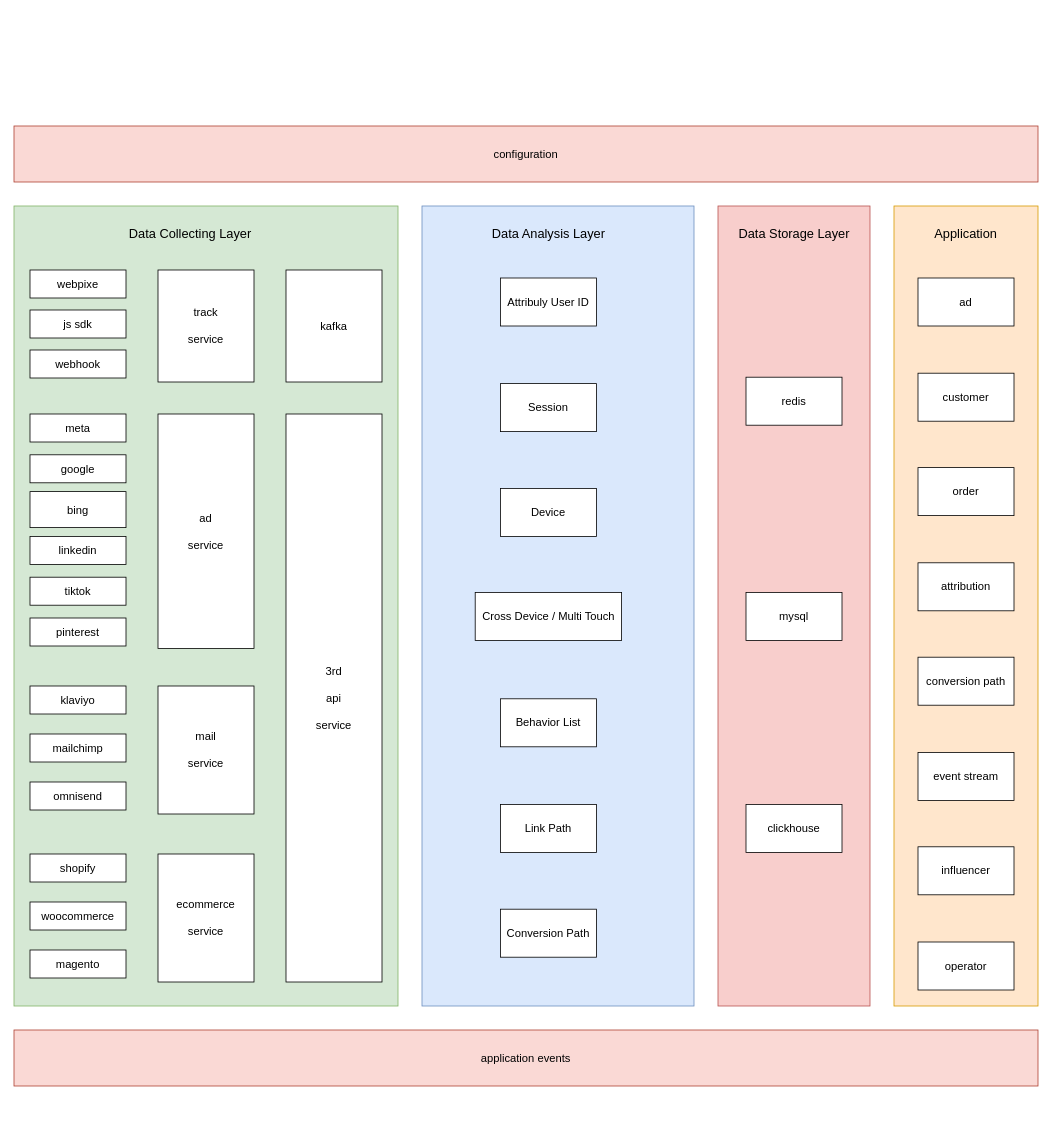
Before: sc.drawio in zhangdongfarmer/AI-Series, a draw.io diagram. Source tidied: cells renumbered, new cells numbered last; positions are measured from the earlier drawing's top-left corner, leaving out a move shared by most shapes. Both pictures are drawn from the tidied source at 80%, with x=0, y=0 at pixel (14, 126).
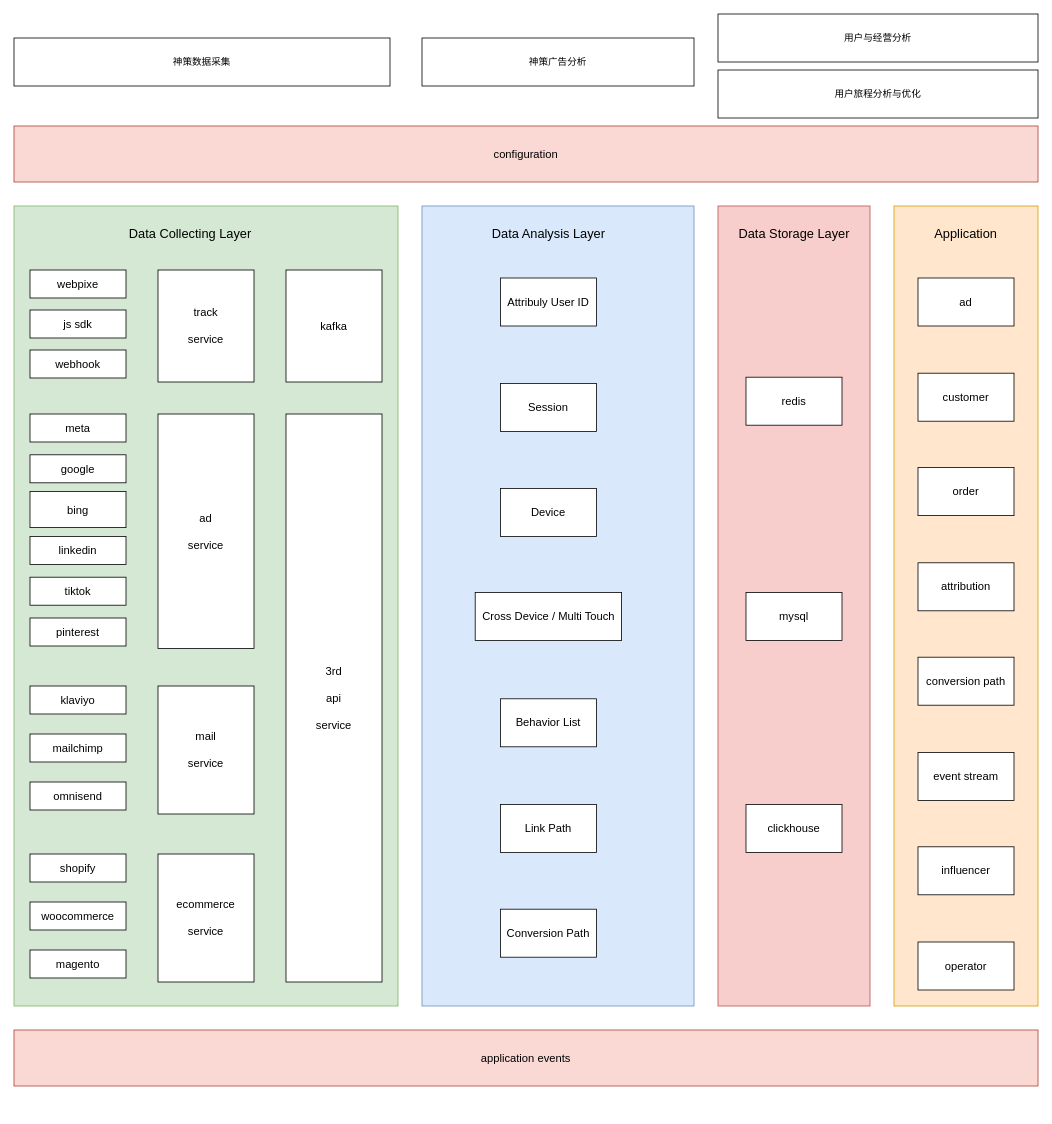
The same diagram, later.

What changed in the source:
```diff
@@
+    <mxCell id="52" value="神策数据采集" style="rounded=0;whiteSpace=wrap;html=1;" parent="1" vertex="1">
+      <mxGeometry y="-110" width="470" height="60" as="geometry" />
+    </mxCell>
+    <mxCell id="53" value="神策广告分析" style="rounded=0;whiteSpace=wrap;html=1;" parent="1" vertex="1">
+      <mxGeometry x="510" y="-110" width="340" height="60" as="geometry" />
+    </mxCell>
+    <mxCell id="54" value="用户与经营分析" style="rounded=0;whiteSpace=wrap;html=1;" parent="1" vertex="1">
+      <mxGeometry x="880" y="-140" width="400" height="60" as="geometry" />
+    </mxCell>
+    <mxCell id="55" value="用户旅程分析与优化" style="rounded=0;whiteSpace=wrap;html=1;" parent="1" vertex="1">
+      <mxGeometry x="880" y="-70" width="400" height="60" as="geometry" />
+    </mxCell>
```
